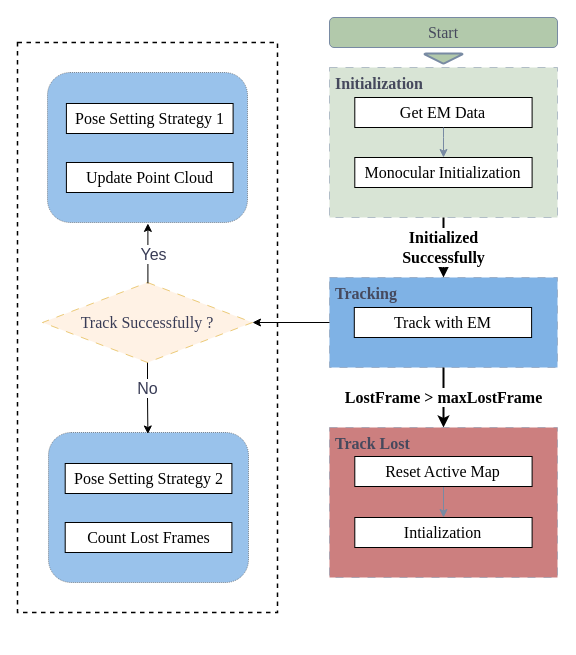
Above: EMSLAM.drawio in Abigail248/endoscope_orb_slan3 (draw.io), before the change. Source tidied: cells renumbered, new cells numbered last; positions are measured from the earlier drawing's top-left corner, leaving out a move shared by most shapes. Both pictures are drawn from the tidied source at 100%, with x=0, y=0 at pixel (17, 17).
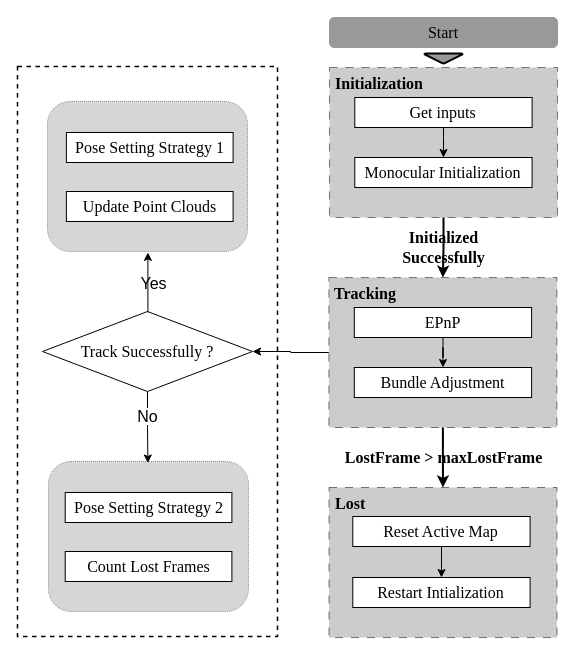
The same page after the edit.

Change to the diagram source:
```diff
@@
-    <mxCell id="2" style="rounded=0;whiteSpace=wrap;html=1;fillColor=none;dashed=1;strokeWidth=1.5;" parent="1" vertex="1">
-      <mxGeometry y="25" width="260" height="570" as="geometry" />
+    <mxCell id="2" style="rounded=0;whiteSpace=wrap;html=1;fillColor=none;dashed=1;strokeWidth=1.5;labelBackgroundColor=none;" parent="1" vertex="1">
+      <mxGeometry y="49" width="260" height="570" as="geometry" />
     </mxCell>
-    <mxCell id="3" style="group;fontSize=16;fontFamily=Times New Roman;" parent="1" vertex="1">
+    <mxCell id="3" style="group;fontSize=16;fontFamily=Times New Roman;labelBackgroundColor=none;" parent="1" vertex="1">
       <mxGeometry x="312" width="228" height="200" as="geometry" />
     </mxCell>
-    <mxCell id="4" value="Start" style="rounded=1;whiteSpace=wrap;html=1;fillColor=#B2C9AB;strokeColor=#788AA3;fontColor=#46495D;labelBackgroundColor=none;fontSize=16;fontFamily=Times New Roman;" parent="3" vertex="1">
+    <mxCell id="4" value="Start" style="rounded=1;whiteSpace=wrap;html=1;labelBackgroundColor=none;fontSize=16;fontFamily=Times New Roman;strokeColor=#999999;fillColor=#999999;" parent="3" vertex="1">
       <mxGeometry width="228" height="30" as="geometry" />
     </mxCell>
-    <mxCell id="5" style="strokeWidth=2;html=1;shape=mxgraph.flowchart.merge_or_storage;whiteSpace=wrap;labelBackgroundColor=none;fillColor=#B2C9AB;strokeColor=#788AA3;fontColor=#46495D;fontSize=16;fontFamily=Times New Roman;" parent="3" vertex="1">
+    <mxCell id="5" style="strokeWidth=2;html=1;shape=mxgraph.flowchart.merge_or_storage;whiteSpace=wrap;labelBackgroundColor=none;fontSize=16;fontFamily=Times New Roman;fillColor=#999999;" parent="3" vertex="1">
       <mxGeometry x="95" y="36" width="38" height="10" as="geometry" />
     </mxCell>
-    <mxCell id="6" value="&lt;b style=&quot;font-size: 16px;&quot;&gt;&amp;nbsp;Initialization&lt;/b&gt;" style="rounded=0;whiteSpace=wrap;html=1;strokeColor=#788AA3;fontColor=#46495D;fillColor=#B2C9AB;align=left;horizontal=1;verticalAlign=top;dashed=1;dashPattern=8 8;opacity=50;fontSize=16;fontFamily=Times New Roman;" parent="3" vertex="1">
+    <mxCell id="6" value="&lt;b style=&quot;font-size: 16px;&quot;&gt;&amp;nbsp;Initialization&lt;/b&gt;" style="rounded=0;whiteSpace=wrap;html=1;align=left;horizontal=1;verticalAlign=top;dashed=1;dashPattern=8 8;opacity=50;fontSize=16;fontFamily=Times New Roman;labelBackgroundColor=none;fillColor=#999999;" parent="3" vertex="1">
       <mxGeometry y="50" width="228" height="150" as="geometry" />
     </mxCell>
-    <mxCell id="7" value="Get EM Data" style="rounded=0;whiteSpace=wrap;html=1;fontSize=16;fontFamily=Times New Roman;" parent="3" vertex="1">
+    <mxCell id="7" value="Get inputs" style="rounded=0;whiteSpace=wrap;html=1;fontSize=16;fontFamily=Times New Roman;labelBackgroundColor=none;" parent="3" vertex="1">
       <mxGeometry x="25.3" y="80" width="177.3" height="30" as="geometry" />
     </mxCell>
-    <mxCell id="8" value="Monocular Initialization" style="rounded=0;whiteSpace=wrap;html=1;fontSize=16;fontFamily=Times New Roman;" parent="3" vertex="1">
+    <mxCell id="8" value="Monocular Initialization" style="rounded=0;whiteSpace=wrap;html=1;fontSize=16;fontFamily=Times New Roman;labelBackgroundColor=none;" parent="3" vertex="1">
       <mxGeometry x="25.3" y="140" width="177.3" height="30" as="geometry" />
     </mxCell>
-    <mxCell id="9" style="edgeStyle=orthogonalEdgeStyle;rounded=0;jettySize=auto;html=1;strokeColor=#788AA3;fontColor=#46495D;fillColor=#B2C9AB;fontSize=16;fontFamily=Times New Roman;" parent="3" edge="1" source="7" target="8">
+    <mxCell id="9" style="edgeStyle=orthogonalEdgeStyle;rounded=0;jettySize=auto;html=1;fontColor=default;fontSize=16;fontFamily=Times New Roman;labelBackgroundColor=none;" parent="3" edge="1" source="7" target="8">
       <mxGeometry relative="1" as="geometry">
         <Array as="points">
           <mxPoint x="114" y="120" />
           <mxPoint x="114" y="120" />
         </Array>
       </mxGeometry>
     </mxCell>
-    <mxCell id="10" style="group;fontSize=16;fontFamily=Times New Roman;" parent="1" vertex="1">
+    <mxCell id="10" style="group;fontSize=16;fontFamily=Times New Roman;labelBackgroundColor=none;" parent="1" vertex="1">
       <mxGeometry x="312" y="260" width="228" height="150" as="geometry" />
     </mxCell>
-    <mxCell id="11" value="&lt;b style=&quot;font-size: 16px;&quot;&gt;&amp;nbsp;Tracking&lt;/b&gt;" style="rounded=0;whiteSpace=wrap;html=1;strokeColor=#788AA3;fontColor=#46495D;fillColor=#0066CC;align=left;horizontal=1;verticalAlign=top;dashed=1;dashPattern=8 8;opacity=50;fontSize=16;fontFamily=Times New Roman;" parent="10" vertex="1">
-      <mxGeometry width="228" height="90" as="geometry" />
+    <mxCell id="11" value="&lt;b style=&quot;font-size: 16px;&quot;&gt;&amp;nbsp;Tracking&lt;/b&gt;" style="rounded=0;whiteSpace=wrap;html=1;align=left;horizontal=1;verticalAlign=top;dashed=1;dashPattern=8 8;opacity=50;fontSize=16;fontFamily=Times New Roman;labelBackgroundColor=none;fillColor=#999999;" parent="10" vertex="1">
+      <mxGeometry x="-0.6" width="228" height="150" as="geometry" />
     </mxCell>
+    <mxCell id="34" style="edgeStyle=orthogonalEdgeStyle;rounded=0;jettySize=auto;html=1;" parent="10" edge="1" source="12" target="35">
+      <mxGeometry relative="1" as="geometry" />
+    </mxCell>
-    <mxCell id="12" value="Track with EM" style="rounded=0;whiteSpace=wrap;html=1;fontSize=16;fontFamily=Times New Roman;" parent="10" vertex="1">
+    <mxCell id="12" value="EPnP" style="rounded=0;whiteSpace=wrap;html=1;fontSize=16;fontFamily=Times New Roman;labelBackgroundColor=none;" parent="10" vertex="1">
       <mxGeometry x="24.8" y="30" width="177.3" height="30" as="geometry" />
     </mxCell>
+    <mxCell id="35" value="Bundle Adjustment" style="rounded=0;whiteSpace=wrap;html=1;fontSize=16;fontFamily=Times New Roman;labelBackgroundColor=none;" parent="10" vertex="1">
+      <mxGeometry x="24.8" y="90" width="177.3" height="30" as="geometry" />
+    </mxCell>
-    <mxCell id="13" value="Initialized&lt;br style=&quot;font-size: 16px;&quot;&gt;Successfully" style="edgeStyle=orthogonalEdgeStyle;rounded=0;jettySize=auto;html=1;strokeColor=#000000;fontFamily=Times New Roman;fontSize=16;fontColor=#000000;fillColor=#B2C9AB;fontStyle=1;strokeWidth=2;" parent="1" edge="1" source="6" target="11">
+    <mxCell id="13" value="Initialized&lt;br style=&quot;font-size: 16px;&quot;&gt;Successfully" style="edgeStyle=orthogonalEdgeStyle;rounded=0;jettySize=auto;html=1;fontFamily=Times New Roman;fontSize=16;fontColor=default;fontStyle=1;strokeWidth=2;labelBackgroundColor=none;" parent="1" edge="1" source="6" target="11">
       <mxGeometry relative="1" as="geometry" />
     </mxCell>
-    <mxCell id="14" value="LostFrame &amp;gt; maxLostFrame" style="edgeStyle=orthogonalEdgeStyle;rounded=0;jettySize=auto;html=1;strokeColor=#000000;fontFamily=Times New Roman;fontSize=16;fontColor=#000000;fillColor=#B2C9AB;fontStyle=1;entryX=0.5;entryY=0;entryDx=0;entryDy=0;strokeWidth=2;" parent="1" edge="1" source="11" target="15">
+    <mxCell id="14" value="LostFrame &amp;gt; maxLostFrame" style="edgeStyle=orthogonalEdgeStyle;rounded=0;jettySize=auto;html=1;fontFamily=Times New Roman;fontSize=16;fontColor=default;fontStyle=1;entryX=0.5;entryY=0;entryDx=0;entryDy=0;strokeWidth=2;labelBackgroundColor=none;" parent="1" edge="1" source="11" target="15">
       <mxGeometry relative="1" as="geometry" />
     </mxCell>
-    <mxCell id="15" value="&lt;b style=&quot;font-size: 16px;&quot;&gt;&amp;nbsp;Track Lost&lt;/b&gt;" style="rounded=0;whiteSpace=wrap;html=1;strokeColor=#788AA3;fontColor=#46495D;fillColor=#990000;align=left;horizontal=1;verticalAlign=top;dashed=1;dashPattern=8 8;opacity=50;fontSize=16;fontFamily=Times New Roman;" parent="1" vertex="1">
-      <mxGeometry x="312" y="410" width="228" height="150" as="geometry" />
+    <mxCell id="15" value="&lt;b style=&quot;font-size: 16px;&quot;&gt;&amp;nbsp;Lost&lt;/b&gt;" style="rounded=0;whiteSpace=wrap;html=1;align=left;horizontal=1;verticalAlign=top;dashed=1;dashPattern=8 8;opacity=50;fontSize=16;fontFamily=Times New Roman;labelBackgroundColor=none;fillColor=#999999;" parent="1" vertex="1">
+      <mxGeometry x="311.5" y="470" width="228" height="150" as="geometry" />
     </mxCell>
-    <mxCell id="16" style="group;fontSize=16;fontFamily=Times New Roman;" parent="1" vertex="1">
-      <mxGeometry x="312" y="410" width="228" height="150" as="geometry" />
+    <mxCell id="16" style="group;fontSize=16;fontFamily=Times New Roman;labelBackgroundColor=none;" parent="1" vertex="1">
+      <mxGeometry x="310" y="470" width="228" height="150" as="geometry" />
     </mxCell>
-    <mxCell id="17" style="edgeStyle=orthogonalEdgeStyle;rounded=0;jettySize=auto;html=1;strokeColor=#788AA3;fontFamily=Times New Roman;fontSize=16;fontColor=#ffffff;fillColor=#B2C9AB;" parent="16" edge="1" source="18" target="19">
+    <mxCell id="17" style="edgeStyle=orthogonalEdgeStyle;rounded=0;jettySize=auto;html=1;fontFamily=Times New Roman;fontSize=16;fontColor=default;labelBackgroundColor=none;" parent="16" edge="1" source="18" target="19">
       <mxGeometry relative="1" as="geometry" />
     </mxCell>
-    <mxCell id="18" value="Reset Active Map" style="rounded=0;whiteSpace=wrap;html=1;fontSize=16;fontFamily=Times New Roman;" parent="16" vertex="1">
+    <mxCell id="18" value="Reset Active Map" style="rounded=0;whiteSpace=wrap;html=1;fontSize=16;fontFamily=Times New Roman;labelBackgroundColor=none;" parent="16" vertex="1">
       <mxGeometry x="25.3" y="29" width="177.3" height="30" as="geometry" />
     </mxCell>
-    <mxCell id="19" value="Intialization" style="rounded=0;whiteSpace=wrap;html=1;fontSize=16;fontFamily=Times New Roman;" parent="16" vertex="1">
+    <mxCell id="19" value="Restart Intialization" style="rounded=0;whiteSpace=wrap;html=1;fontSize=16;fontFamily=Times New Roman;labelBackgroundColor=none;" parent="16" vertex="1">
       <mxGeometry x="25.3" y="90" width="177.3" height="30" as="geometry" />
     </mxCell>
-    <mxCell id="20" style="group;fontSize=16;fontFamily=Times New Roman;" parent="1" vertex="1">
-      <mxGeometry x="30" y="55" width="200" height="150" as="geometry" />
+    <mxCell id="20" style="group;fontSize=16;fontFamily=Times New Roman;labelBackgroundColor=none;" parent="1" vertex="1">
+      <mxGeometry x="30" y="84" width="200" height="150" as="geometry" />
     </mxCell>
-    <mxCell id="21" value="&lt;div style=&quot;font-size: 16px;&quot;&gt;&lt;br style=&quot;font-size: 16px;&quot;&gt;&lt;/div&gt;" style="rounded=1;whiteSpace=wrap;html=1;strokeColor=default;fontFamily=Times New Roman;fontSize=16;fontColor=default;fillColor=#0066CC;opacity=40;dashed=1;dashPattern=1 1;align=left;verticalAlign=top;horizontal=1;spacingLeft=4;spacing=5;" parent="20" vertex="1">
+    <mxCell id="21" value="&lt;div style=&quot;font-size: 16px;&quot;&gt;&lt;br style=&quot;font-size: 16px;&quot;&gt;&lt;/div&gt;" style="rounded=1;whiteSpace=wrap;html=1;fontFamily=Times New Roman;fontSize=16;opacity=40;dashed=1;dashPattern=1 1;align=left;verticalAlign=top;horizontal=1;spacingLeft=4;spacing=5;labelBackgroundColor=none;fillColor=#999999;" parent="20" vertex="1">
       <mxGeometry width="200" height="150" as="geometry" />
     </mxCell>
-    <mxCell id="22" value="Update Point Cloud" style="rounded=0;whiteSpace=wrap;html=1;strokeColor=default;fontFamily=Times New Roman;fontSize=16;fontColor=default;fillColor=default;" parent="20" vertex="1">
+    <mxCell id="22" value="Update Point Clouds" style="rounded=0;whiteSpace=wrap;html=1;fontFamily=Times New Roman;fontSize=16;labelBackgroundColor=none;" parent="20" vertex="1">
       <mxGeometry x="18.9" y="90" width="166.7" height="30" as="geometry" />
     </mxCell>
-    <mxCell id="23" value="Pose Setting Strategy 1" style="rounded=0;whiteSpace=wrap;html=1;strokeColor=default;fontFamily=Times New Roman;fontSize=16;fontColor=default;fillColor=default;" parent="20" vertex="1">
+    <mxCell id="23" value="Pose Setting Strategy 1" style="rounded=0;whiteSpace=wrap;html=1;fontFamily=Times New Roman;fontSize=16;labelBackgroundColor=none;" parent="20" vertex="1">
       <mxGeometry x="18.9" y="31" width="166.7" height="30" as="geometry" />
     </mxCell>
-    <mxCell id="24" style="group;fontSize=16;fontFamily=Times New Roman;" parent="1" vertex="1">
-      <mxGeometry x="67" y="415" width="180" height="150" as="geometry" />
+    <mxCell id="24" style="group;fontSize=16;fontFamily=Times New Roman;labelBackgroundColor=none;" parent="1" vertex="1">
+      <mxGeometry x="67" y="444" width="180" height="150" as="geometry" />
     </mxCell>
-    <mxCell id="25" value="&lt;div style=&quot;font-size: 16px;&quot;&gt;&lt;br&gt;&lt;/div&gt;" style="rounded=1;whiteSpace=wrap;html=1;strokeColor=default;fontFamily=Times New Roman;fontSize=16;fontColor=default;fillColor=#0066CC;opacity=40;dashed=1;dashPattern=1 1;align=left;verticalAlign=top;horizontal=1;spacingLeft=4;spacing=5;" parent="24" vertex="1">
+    <mxCell id="25" value="&lt;div style=&quot;font-size: 16px;&quot;&gt;&lt;br&gt;&lt;/div&gt;" style="rounded=1;whiteSpace=wrap;html=1;fontFamily=Times New Roman;fontSize=16;opacity=40;dashed=1;dashPattern=1 1;align=left;verticalAlign=top;horizontal=1;spacingLeft=4;spacing=5;labelBackgroundColor=none;fillColor=#999999;" parent="24" vertex="1">
       <mxGeometry x="-36" width="200" height="150" as="geometry" />
     </mxCell>
-    <mxCell id="26" value="Pose Setting Strategy 2" style="rounded=0;whiteSpace=wrap;html=1;strokeColor=default;fontFamily=Times New Roman;fontSize=16;fontColor=default;fillColor=default;" parent="24" vertex="1">
+    <mxCell id="26" value="Pose Setting Strategy 2" style="rounded=0;whiteSpace=wrap;html=1;fontFamily=Times New Roman;fontSize=16;labelBackgroundColor=none;" parent="24" vertex="1">
       <mxGeometry x="-19.3" y="31" width="166.7" height="30" as="geometry" />
     </mxCell>
-    <mxCell id="27" value="Count Lost Frames" style="rounded=0;whiteSpace=wrap;html=1;strokeColor=default;fontFamily=Times New Roman;fontSize=16;fontColor=default;fillColor=default;" parent="24" vertex="1">
+    <mxCell id="27" value="Count Lost Frames" style="rounded=0;whiteSpace=wrap;html=1;fontFamily=Times New Roman;fontSize=16;labelBackgroundColor=none;" parent="24" vertex="1">
       <mxGeometry x="-19.3" y="90" width="166.7" height="30" as="geometry" />
     </mxCell>
-    <mxCell id="28" style="edgeStyle=orthogonalEdgeStyle;rounded=0;jettySize=auto;html=1;strokeColor=#000000;fontColor=#393C56;fillColor=#F2CC8F;entryX=0.497;entryY=0.01;entryDx=0;entryDy=0;entryPerimeter=0;" parent="1" edge="1" source="30" target="25">
-      <mxGeometry relative="1" as="geometry" />
+    <mxCell id="28" style="edgeStyle=orthogonalEdgeStyle;rounded=0;jettySize=auto;html=1;fontColor=default;entryX=0.497;entryY=0.01;entryDx=0;entryDy=0;entryPerimeter=0;labelBackgroundColor=none;" parent="1" edge="1" source="30" target="25">
+      <mxGeometry relative="1" as="geometry">
+        <Array as="points">
+          <mxPoint x="130" y="410" />
+          <mxPoint x="130" y="410" />
+        </Array>
+      </mxGeometry>
     </mxCell>
-    <mxCell id="29" value="No" style="edgeLabel;html=1;align=center;verticalAlign=middle;fontColor=#393C56;fontSize=16;" parent="28" vertex="1">
+    <mxCell id="29" value="&lt;span style=&quot;background-color: rgb(255, 255, 255);&quot;&gt;No&lt;/span&gt;" style="edgeLabel;html=1;align=center;verticalAlign=middle;fontSize=16;labelBackgroundColor=none;" parent="28" vertex="1">
       <mxGeometry x="-0.29" y="-1" relative="1" as="geometry">
         <mxPoint y="-1" as="offset" />
       </mxGeometry>
     </mxCell>
-    <mxCell id="30" value="Track Successfully ?" style="rhombus;whiteSpace=wrap;html=1;strokeColor=#D79B00;fontColor=#393C56;fillColor=#FFE6CC;dashed=1;dashPattern=8 8;opacity=50;fontSize=16;fontFamily=Times New Roman;" parent="1" vertex="1">
-      <mxGeometry x="25" y="265" width="210" height="80" as="geometry" />
+    <mxCell id="30" value="Track Successfully ?" style="rhombus;whiteSpace=wrap;html=1;fontSize=16;fontFamily=Times New Roman;labelBackgroundColor=none;strokeColor=#000000;" parent="1" vertex="1">
+      <mxGeometry x="25" y="294" width="210" height="80" as="geometry" />
     </mxCell>
-    <mxCell id="31" style="endArrow=classic;html=1;rounded=0;strokeColor=#000000;fontColor=#393C56;fillColor=#F2CC8F;entryX=0.502;entryY=1.006;entryDx=0;entryDy=0;entryPerimeter=0;exitX=0.502;exitY=0.011;exitDx=0;exitDy=0;exitPerimeter=0;" parent="1" edge="1" source="30" target="21">
+    <mxCell id="31" style="endArrow=classic;html=1;rounded=0;fontColor=default;entryX=0.502;entryY=1.006;entryDx=0;entryDy=0;entryPerimeter=0;exitX=0.502;exitY=0.011;exitDx=0;exitDy=0;exitPerimeter=0;labelBackgroundColor=none;" parent="1" edge="1" source="30" target="21">
       <mxGeometry relative="1" as="geometry" />
     </mxCell>
-    <mxCell id="32" value="Yes" style="edgeLabel;html=1;align=center;verticalAlign=middle;fontColor=#393C56;fontSize=16;" parent="31" vertex="1">
+    <mxCell id="32" value="Yes" style="edgeLabel;html=1;align=center;verticalAlign=middle;fontSize=16;labelBackgroundColor=none;" parent="31" vertex="1">
       <mxGeometry x="-0.02" y="-5" relative="1" as="geometry" />
     </mxCell>
-    <mxCell id="33" style="edgeStyle=orthogonalEdgeStyle;rounded=0;jettySize=auto;html=1;" parent="1" edge="1" source="11" target="30">
+    <mxCell id="33" style="edgeStyle=orthogonalEdgeStyle;rounded=0;jettySize=auto;html=1;labelBackgroundColor=none;fontColor=default;" parent="1" edge="1" source="11" target="30">
       <mxGeometry relative="1" as="geometry" />
     </mxCell>
```
